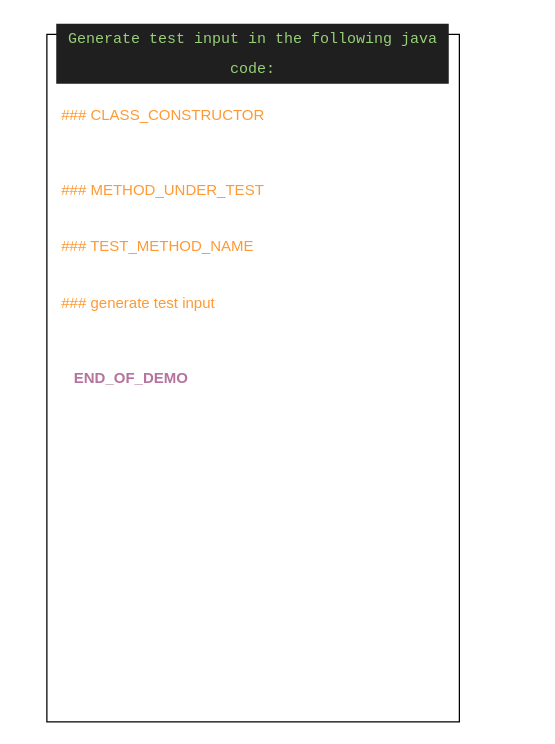
Above: CUTE_figures/test input prompt templated.drawio in XiaoyaWang-gh/threeStepTestCaseGen (draw.io), before the change. Source tidied: cells renumbered, new cells numbered last; positions are measured from the earlier drawing's top-left corner, leaving out a move shared by most shapes. Both pictures are drawn from the tidied source at 125%, with x=0, y=0 at pixel (46, 34).
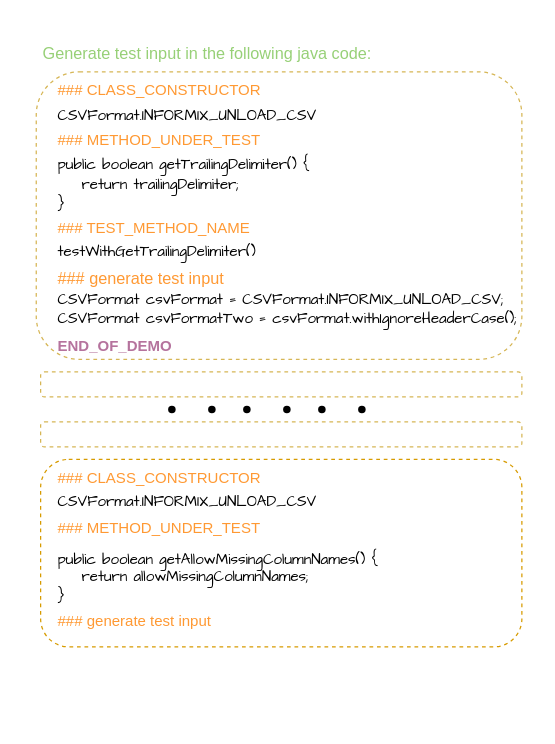
Above is the later version.

Change to the diagram source:
```diff
@@
-    <mxCell id="2" style="rounded=0;whiteSpace=wrap;html=1;" parent="1" vertex="1">
-      <mxGeometry width="330" height="550" as="geometry" />
+    <mxCell id="2" style="rounded=0;whiteSpace=wrap;html=1;strokeColor=none;" parent="1" vertex="1">
+      <mxGeometry x="-20" y="-10" width="410" height="520" as="geometry" />
     </mxCell>
-    <mxCell id="3" value="&lt;div style=&quot;background-color: rgb(31, 31, 31); font-family: Consolas, &amp;quot;Courier New&amp;quot;, monospace; line-height: 24px; --darkreader-inline-color:#dad4cc; --darkreader-inline-bgcolor:#0e1011;&quot;&gt;&lt;font style=&quot;font-size: 12px;&quot;&gt;Generate test input in the following java code:&lt;/font&gt;&lt;/div&gt;" style="text;html=1;align=center;verticalAlign=middle;whiteSpace=wrap;rounded=0;fontColor=#97D077;" parent="1" vertex="1">
-      <mxGeometry x="7" width="316" height="30" as="geometry" />
-    </mxCell>
     <mxCell id="4" value="### CLASS_CONSTRUCTOR" style="text;html=1;strokeColor=none;fillColor=none;align=left;verticalAlign=middle;whiteSpace=wrap;rounded=0;fontColor=#FF9933;" parent="1" vertex="1">
-      <mxGeometry x="10" y="50" width="190" height="30" as="geometry" />
+      <mxGeometry x="7" y="30" width="190" height="30" as="geometry" />
     </mxCell>
-    <mxCell id="5" value="### generate test input" style="text;html=1;strokeColor=none;fillColor=none;align=left;verticalAlign=middle;whiteSpace=wrap;rounded=0;fontColor=#FF9933;" parent="1" vertex="1">
-      <mxGeometry x="10" y="200" width="170" height="30" as="geometry" />
+    <mxCell id="5" value="### generate test input" style="text;html=1;strokeColor=none;fillColor=none;align=left;verticalAlign=middle;whiteSpace=wrap;rounded=0;fontColor=#FF9933;fontSize=13;" parent="1" vertex="1">
+      <mxGeometry x="7" y="180" width="170" height="30" as="geometry" />
     </mxCell>
     <mxCell id="6" value="### TEST_METHOD_NAME" style="text;html=1;strokeColor=none;fillColor=none;align=left;verticalAlign=middle;whiteSpace=wrap;rounded=0;fontColor=#FF9933;" parent="1" vertex="1">
-      <mxGeometry x="10" y="155" width="160" height="30" as="geometry" />
+      <mxGeometry x="7" y="140" width="160" height="30" as="geometry" />
     </mxCell>
     <mxCell id="7" value="### METHOD_UNDER_TEST" style="text;html=1;strokeColor=none;fillColor=none;align=left;verticalAlign=middle;whiteSpace=wrap;rounded=0;fontColor=#FF9933;" parent="1" vertex="1">
-      <mxGeometry x="10" y="110" width="170" height="30" as="geometry" />
+      <mxGeometry x="7" y="70" width="170" height="30" as="geometry" />
     </mxCell>
     <mxCell id="8" value="END_OF_DEMO" style="text;html=1;strokeColor=none;fillColor=none;align=left;verticalAlign=middle;whiteSpace=wrap;rounded=0;fontColor=#B5739D;fontStyle=1;" parent="1" vertex="1">
-      <mxGeometry x="20" y="260" width="150" height="30" as="geometry" />
+      <mxGeometry x="7" y="235" width="150" height="30" as="geometry" />
     </mxCell>
+    <mxCell id="9" value="&lt;div&gt;&lt;font face=&quot;Comic Sans MS&quot;&gt;public boolean getTrailingDelimiter() {&lt;/font&gt;&lt;/div&gt;&lt;div&gt;&lt;font face=&quot;Comic Sans MS&quot;&gt;&amp;nbsp; &amp;nbsp; return trailingDelimiter;&lt;/font&gt;&lt;/div&gt;&lt;div&gt;&lt;font face=&quot;Comic Sans MS&quot;&gt;}&lt;/font&gt;&lt;/div&gt;" style="text;html=1;strokeColor=none;fillColor=none;align=left;verticalAlign=middle;whiteSpace=wrap;rounded=0;" parent="1" vertex="1">
+      <mxGeometry x="7" y="90" width="223" height="60" as="geometry" />
+    </mxCell>
+    <mxCell id="10" value="&lt;font face=&quot;Comic Sans MS&quot;&gt;CSVFormat.INFORMIX_UNLOAD_CSV&lt;/font&gt;" style="text;html=1;strokeColor=none;fillColor=none;align=left;verticalAlign=middle;whiteSpace=wrap;rounded=0;" parent="1" vertex="1">
+      <mxGeometry x="7" y="50" width="233" height="30" as="geometry" />
+    </mxCell>
+    <mxCell id="11" value="testWithGetTrailingDelimiter()" style="text;html=1;strokeColor=none;fillColor=none;align=left;verticalAlign=middle;whiteSpace=wrap;rounded=0;fontFamily=Comic Sans MS;" parent="1" vertex="1">
+      <mxGeometry x="7" y="160" width="200" height="30" as="geometry" />
+    </mxCell>
+    <mxCell id="12" value="&lt;div&gt;CSVFormat csvFormat = CSVFormat.INFORMIX_UNLOAD_CSV;&lt;/div&gt;&lt;div&gt;CSVFormat csvFormatTwo = csvFormat.withIgnoreHeaderCase();&lt;/div&gt;" style="text;html=1;strokeColor=none;fillColor=none;align=left;verticalAlign=middle;whiteSpace=wrap;rounded=0;fontFamily=Comic Sans MS;" parent="1" vertex="1">
+      <mxGeometry x="7" y="200" width="383" height="40" as="geometry" />
+    </mxCell>
+    <mxCell id="13" style="rounded=1;whiteSpace=wrap;html=1;dashed=1;fillColor=none;glass=0;strokeColor=#d6b656;labelBackgroundColor=#FFF2CC;fillStyle=solid;" parent="1" vertex="1">
+      <mxGeometry x="-8.5" y="30" width="388.5" height="230" as="geometry" />
+    </mxCell>
+    <mxCell id="14" style="rounded=1;whiteSpace=wrap;html=1;dashed=1;fillColor=none;glass=0;strokeColor=#d6b656;" parent="1" vertex="1">
+      <mxGeometry x="-5" y="270" width="385" height="20" as="geometry" />
+    </mxCell>
+    <mxCell id="15" style="rounded=1;whiteSpace=wrap;html=1;dashed=1;fillColor=none;glass=0;strokeColor=#d6b656;" parent="1" vertex="1">
+      <mxGeometry x="-5" y="310" width="385" height="20" as="geometry" />
+    </mxCell>
+    <mxCell id="16" style="group;" parent="1" vertex="1">
+      <mxGeometry x="90" y="290" width="172" height="20" as="geometry" />
+    </mxCell>
+    <mxCell id="17" style="group;" parent="16" vertex="1">
+      <mxGeometry width="52" height="20" as="geometry" />
+    </mxCell>
+    <mxCell id="18" style="shape=waypoint;sketch=0;fillStyle=solid;size=6;fillColor=none;perimeter=centerPerimeter;" parent="17" vertex="1">
+      <mxGeometry width="20" height="20" as="geometry" />
+    </mxCell>
+    <mxCell id="19" style="shape=waypoint;sketch=0;fillStyle=solid;size=6;fillColor=none;perimeter=centerPerimeter;" parent="17" vertex="1">
+      <mxGeometry x="32" width="20" height="20" as="geometry" />
+    </mxCell>
+    <mxCell id="20" style="group;" parent="16" vertex="1">
+      <mxGeometry x="60" width="52" height="20" as="geometry" />
+    </mxCell>
+    <mxCell id="21" style="shape=waypoint;sketch=0;fillStyle=solid;size=6;fillColor=none;perimeter=centerPerimeter;" parent="20" vertex="1">
+      <mxGeometry width="20" height="20" as="geometry" />
+    </mxCell>
+    <mxCell id="22" style="shape=waypoint;sketch=0;fillStyle=solid;size=6;fillColor=none;perimeter=centerPerimeter;" parent="20" vertex="1">
+      <mxGeometry x="32" width="20" height="20" as="geometry" />
+    </mxCell>
+    <mxCell id="23" style="group;" parent="16" vertex="1">
+      <mxGeometry x="120" width="52" height="20" as="geometry" />
+    </mxCell>
+    <mxCell id="24" style="shape=waypoint;sketch=0;fillStyle=solid;size=6;fillColor=none;perimeter=centerPerimeter;" parent="23" vertex="1">
+      <mxGeometry width="20" height="20" as="geometry" />
+    </mxCell>
+    <mxCell id="25" style="shape=waypoint;sketch=0;fillStyle=solid;size=6;fillColor=none;perimeter=centerPerimeter;" parent="23" vertex="1">
+      <mxGeometry x="32" width="20" height="20" as="geometry" />
+    </mxCell>
+    <mxCell id="26" style="rounded=1;whiteSpace=wrap;html=1;dashed=1;fillColor=none;glass=0;strokeColor=#d79b00;" parent="1" vertex="1">
+      <mxGeometry x="-5" y="340" width="385" height="150" as="geometry" />
+    </mxCell>
+    <mxCell id="27" value="### CLASS_CONSTRUCTOR" style="text;html=1;strokeColor=none;fillColor=none;align=left;verticalAlign=middle;whiteSpace=wrap;rounded=0;fontColor=#FF9933;" parent="1" vertex="1">
+      <mxGeometry x="7" y="340" width="190" height="30" as="geometry" />
+    </mxCell>
+    <mxCell id="28" value="CSVFormat.INFORMIX_UNLOAD_CSV" style="text;html=1;strokeColor=none;fillColor=none;align=left;verticalAlign=middle;whiteSpace=wrap;rounded=0;fontFamily=Comic Sans MS;" parent="1" vertex="1">
+      <mxGeometry x="7" y="360" width="233" height="30" as="geometry" />
+    </mxCell>
+    <mxCell id="29" value="### METHOD_UNDER_TEST" style="text;html=1;strokeColor=none;fillColor=none;align=left;verticalAlign=middle;whiteSpace=wrap;rounded=0;fontColor=#FF9933;" parent="1" vertex="1">
+      <mxGeometry x="7" y="380" width="170" height="30" as="geometry" />
+    </mxCell>
+    <mxCell id="30" value="&lt;div&gt;public boolean getAllowMissingColumnNames() {&lt;/div&gt;&lt;div&gt;&amp;nbsp; &amp;nbsp; return allowMissingColumnNames;&lt;/div&gt;&lt;div&gt;}&lt;/div&gt;" style="text;html=1;strokeColor=none;fillColor=none;align=left;verticalAlign=middle;whiteSpace=wrap;rounded=0;fontFamily=Comic Sans MS;" parent="1" vertex="1">
+      <mxGeometry x="7" y="410" width="283" height="50" as="geometry" />
+    </mxCell>
+    <mxCell id="31" value="### generate test input" style="text;html=1;strokeColor=none;fillColor=none;align=left;verticalAlign=middle;whiteSpace=wrap;rounded=0;fontColor=#FF9933;" parent="1" vertex="1">
+      <mxGeometry x="7" y="455" width="170" height="30" as="geometry" />
+    </mxCell>
+    <mxCell id="3" value="Generate test input in the following java code:" style="text;html=1;strokeColor=none;fillColor=none;align=left;verticalAlign=middle;whiteSpace=wrap;rounded=0;fontColor=#97D077;fontSize=13;" parent="1" vertex="1">
+      <mxGeometry x="-5" width="280" height="30" as="geometry" />
+    </mxCell>
```
